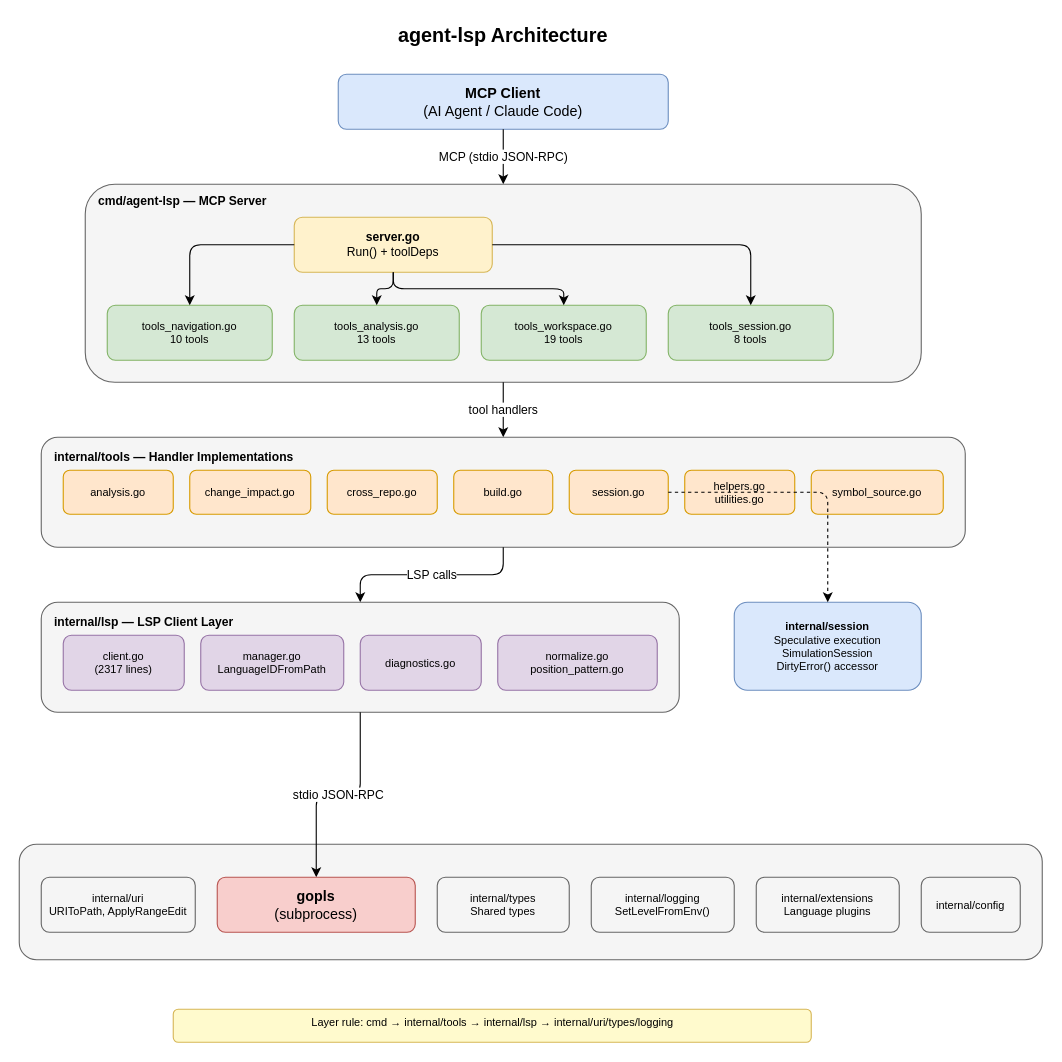
blackwell-systems/agent-lsp keeps this draw.io diagram as docs/architecture.drawio. Above is the earlier version. Source tidied: cells renumbered, new cells numbered last; positions are measured from the earlier drawing's top-left corner, leaving out a move shared by most shapes. Both pictures are drawn from the tidied source at 110%, with x=0, y=0 at pixel (19, 19).
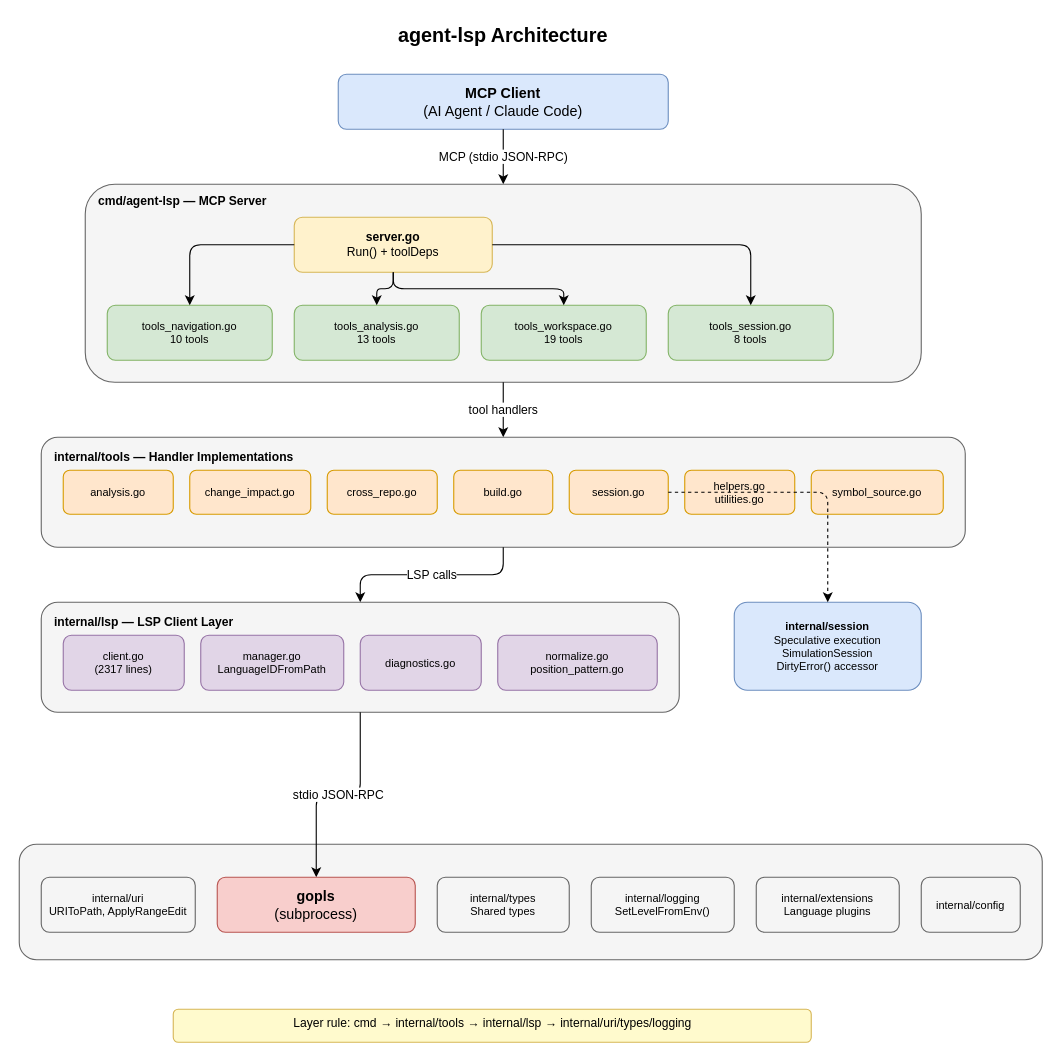
The same diagram, later.

Diff of the diagram source:
```diff
@@
-    <mxCell id="43" value="Layer rule: cmd → internal/tools → internal/lsp → internal/uri/types/logging" style="text;html=1;strokeColor=#d6b656;fillColor=#fffacd;align=center;fontSize=10;rounded=1;" parent="1" vertex="1">
+    <mxCell id="43" value="&lt;div&gt;&lt;span style=&quot;font-size: 11px; background-color: transparent; color: light-dark(rgb(0, 0, 0), rgb(255, 255, 255));&quot;&gt;Layer rule: cmd → internal/tools → internal/lsp → internal/uri/types/logging&lt;/span&gt;&lt;/div&gt;" style="text;html=1;strokeColor=#d6b656;fillColor=#fffacd;align=center;fontSize=10;rounded=1;" parent="1" vertex="1">
       <mxGeometry x="140" y="900" width="580" height="30" as="geometry" />
     </mxCell>
```
